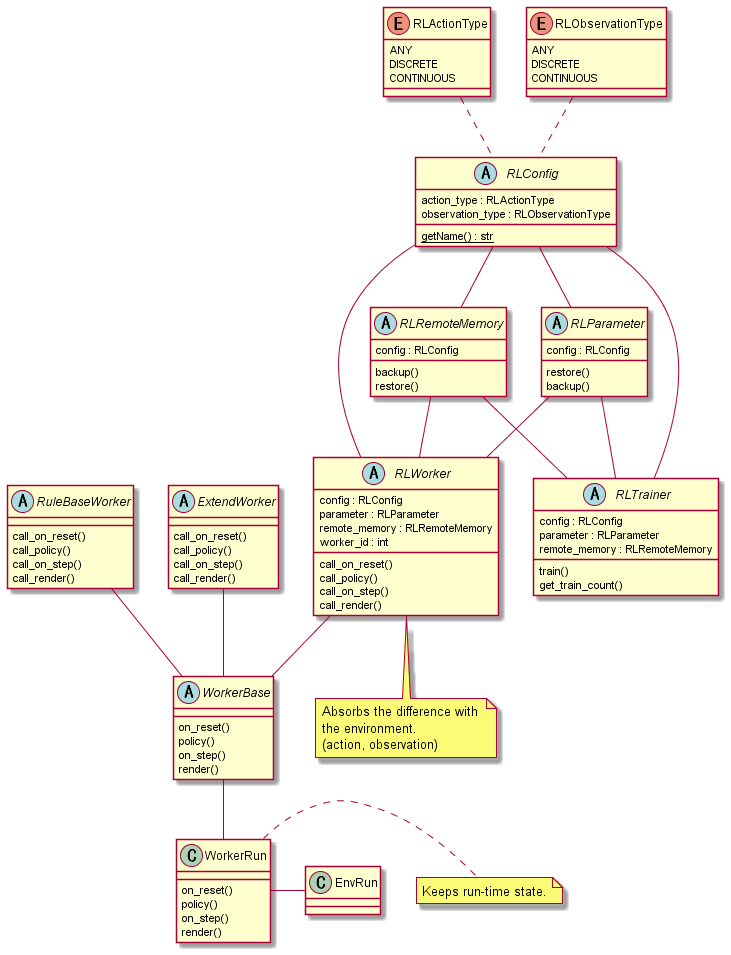
pocokhc/simple_distributed_rl keeps this PlantUML diagram as diagrams/class_rl.png. Above is the earlier version.
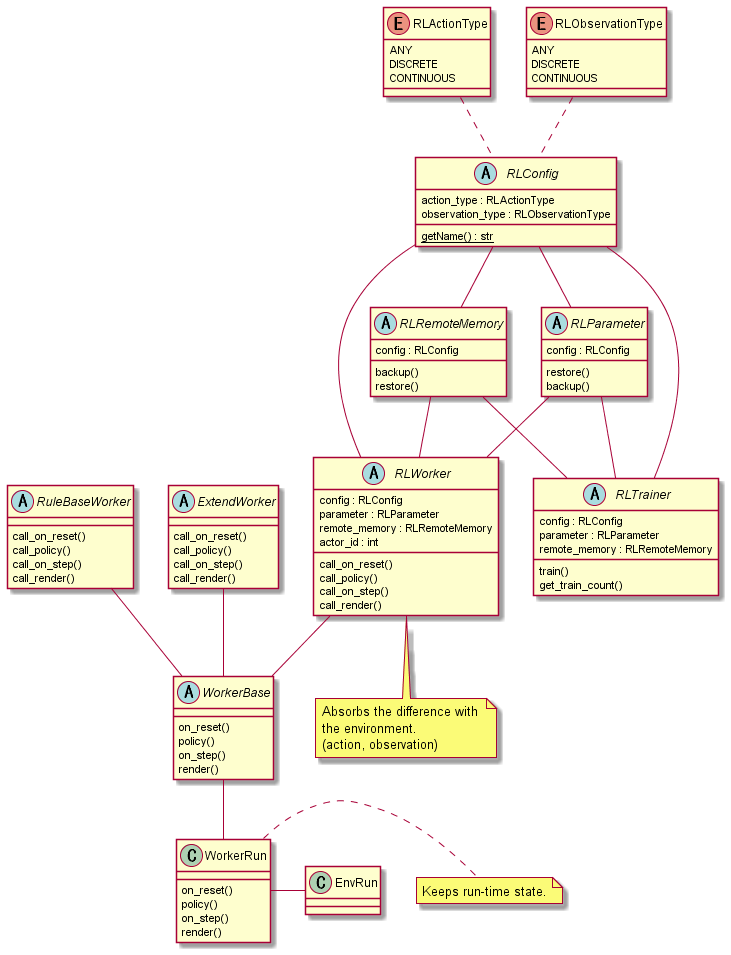
The same file after the commit.

The edit, as a diff of the source:
```diff
@@ -64,7 +64,7 @@
     config : RLConfig
     parameter : RLParameter
     remote_memory : RLRemoteMemory
-    worker_id : int
+    actor_id : int
     call_on_reset()
     call_policy()
     call_on_step()
```
